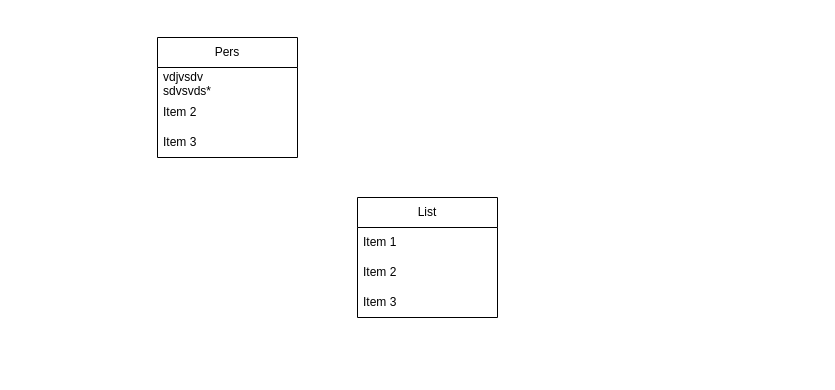
Before: mcd.drawio in Maminjatovo/Mcd_hack_it_supernova, a draw.io diagram. Source tidied: cells renumbered, new cells numbered last; positions are measured from the earlier drawing's top-left corner, leaving out a move shared by most shapes. Both pictures are drawn from the tidied source at 100%, with x=0, y=0 at pixel (157, 37).
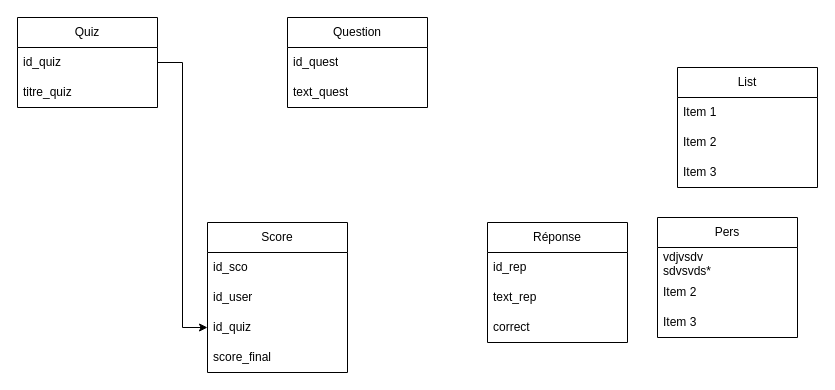
After the change.

Commit message (it also covers changes not shown here):
Mettre à jour mcd.drawio

Change to the diagram source:
```diff
@@
     <mxCell id="2" value="Pers" style="swimlane;fontStyle=0;horizontal=1;startSize=30;whiteSpace=wrap;html=1;" parent="1" vertex="1">
-      <mxGeometry width="140" height="120" as="geometry" />
+      <mxGeometry x="500" y="180" width="140" height="120" as="geometry" />
     </mxCell>
@@
     <mxCell id="6" value="List" style="swimlane;fontStyle=0;horizontal=1;startSize=30;whiteSpace=wrap;html=1;" parent="1" vertex="1">
-      <mxGeometry x="200" y="160" width="140" height="120" as="geometry" />
+      <mxGeometry x="520" y="30" width="140" height="120" as="geometry" />
     </mxCell>
@@
+    <mxCell id="10" value="Question" style="swimlane;fontStyle=0;horizontal=1;startSize=30;whiteSpace=wrap;html=1;" parent="1" vertex="1">
+      <mxGeometry x="130" y="-20" width="140" height="90" as="geometry" />
+    </mxCell>
+    <mxCell id="11" value="id_quest" style="text;strokeColor=none;fillColor=none;align=left;verticalAlign=middle;spacingLeft=4;spacingRight=4;overflow=hidden;whiteSpace=wrap;html=1;" parent="10" vertex="1">
+      <mxGeometry y="30" width="140" height="30" as="geometry" />
+    </mxCell>
+    <mxCell id="12" value="text_quest" style="text;strokeColor=none;fillColor=none;align=left;verticalAlign=middle;spacingLeft=4;spacingRight=4;overflow=hidden;whiteSpace=wrap;html=1;" parent="10" vertex="1">
+      <mxGeometry y="60" width="140" height="30" as="geometry" />
+    </mxCell>
+    <mxCell id="13" value="Quiz" style="swimlane;fontStyle=0;horizontal=1;startSize=30;whiteSpace=wrap;html=1;" parent="1" vertex="1">
+      <mxGeometry x="-140" y="-20" width="140" height="90" as="geometry" />
+    </mxCell>
+    <mxCell id="14" value="id_quiz" style="text;strokeColor=none;fillColor=none;align=left;verticalAlign=middle;spacingLeft=4;spacingRight=4;overflow=hidden;points=[[0,0.5],[1,0.5]];portConstraint=eastwest;whiteSpace=wrap;html=1;" parent="13" vertex="1">
+      <mxGeometry y="30" width="140" height="30" as="geometry" />
+    </mxCell>
+    <mxCell id="15" value="titre_quiz" style="text;strokeColor=none;fillColor=none;align=left;verticalAlign=middle;spacingLeft=4;spacingRight=4;overflow=hidden;whiteSpace=wrap;html=1;" parent="13" vertex="1">
+      <mxGeometry y="60" width="140" height="30" as="geometry" />
+    </mxCell>
+    <mxCell id="16" value="Réponse" style="swimlane;fontStyle=0;horizontal=1;startSize=30;whiteSpace=wrap;html=1;" parent="1" vertex="1">
+      <mxGeometry x="330" y="185" width="140" height="120" as="geometry" />
+    </mxCell>
+    <mxCell id="17" value="id_rep" style="text;strokeColor=none;fillColor=none;align=left;verticalAlign=middle;spacingLeft=4;spacingRight=4;overflow=hidden;whiteSpace=wrap;html=1;" parent="16" vertex="1">
+      <mxGeometry y="30" width="140" height="30" as="geometry" />
+    </mxCell>
+    <mxCell id="18" value="text_rep" style="text;strokeColor=none;fillColor=none;align=left;verticalAlign=middle;spacingLeft=4;spacingRight=4;overflow=hidden;whiteSpace=wrap;html=1;" parent="16" vertex="1">
+      <mxGeometry y="60" width="140" height="30" as="geometry" />
+    </mxCell>
+    <mxCell id="19" value="correct" style="text;strokeColor=none;fillColor=none;align=left;verticalAlign=middle;spacingLeft=4;spacingRight=4;overflow=hidden;whiteSpace=wrap;html=1;" parent="16" vertex="1">
+      <mxGeometry y="90" width="140" height="30" as="geometry" />
+    </mxCell>
+    <mxCell id="20" value="Score" style="swimlane;fontStyle=0;horizontal=1;startSize=30;whiteSpace=wrap;html=1;" parent="1" vertex="1">
+      <mxGeometry x="50" y="185" width="140" height="150" as="geometry" />
+    </mxCell>
+    <mxCell id="21" value="id_sco" style="text;strokeColor=none;fillColor=none;align=left;verticalAlign=middle;spacingLeft=4;spacingRight=4;overflow=hidden;whiteSpace=wrap;html=1;" parent="20" vertex="1">
+      <mxGeometry y="30" width="140" height="30" as="geometry" />
+    </mxCell>
+    <mxCell id="22" value="id_user" style="text;strokeColor=none;fillColor=none;align=left;verticalAlign=middle;spacingLeft=4;spacingRight=4;overflow=hidden;whiteSpace=wrap;html=1;" parent="20" vertex="1">
+      <mxGeometry y="60" width="140" height="30" as="geometry" />
+    </mxCell>
+    <mxCell id="23" value="id_quiz" style="text;strokeColor=none;fillColor=none;align=left;verticalAlign=middle;spacingLeft=4;spacingRight=4;overflow=hidden;points=[[0,0.5],[1,0.5]];portConstraint=eastwest;whiteSpace=wrap;html=1;" parent="20" vertex="1">
+      <mxGeometry y="90" width="140" height="30" as="geometry" />
+    </mxCell>
+    <mxCell id="24" value="score_final" style="text;strokeColor=none;fillColor=none;align=left;verticalAlign=middle;spacingLeft=4;spacingRight=4;overflow=hidden;whiteSpace=wrap;html=1;" parent="20" vertex="1">
+      <mxGeometry y="120" width="140" height="30" as="geometry" />
+    </mxCell>
+    <mxCell id="25" style="edgeStyle=orthogonalEdgeStyle;rounded=0;jettySize=auto;html=1;exitX=1;exitY=0.5;exitDx=0;exitDy=0;entryX=0;entryY=0.5;entryDx=0;entryDy=0;" parent="1" edge="1" source="14" target="23">
+      <mxGeometry relative="1" as="geometry" />
+    </mxCell>
```
